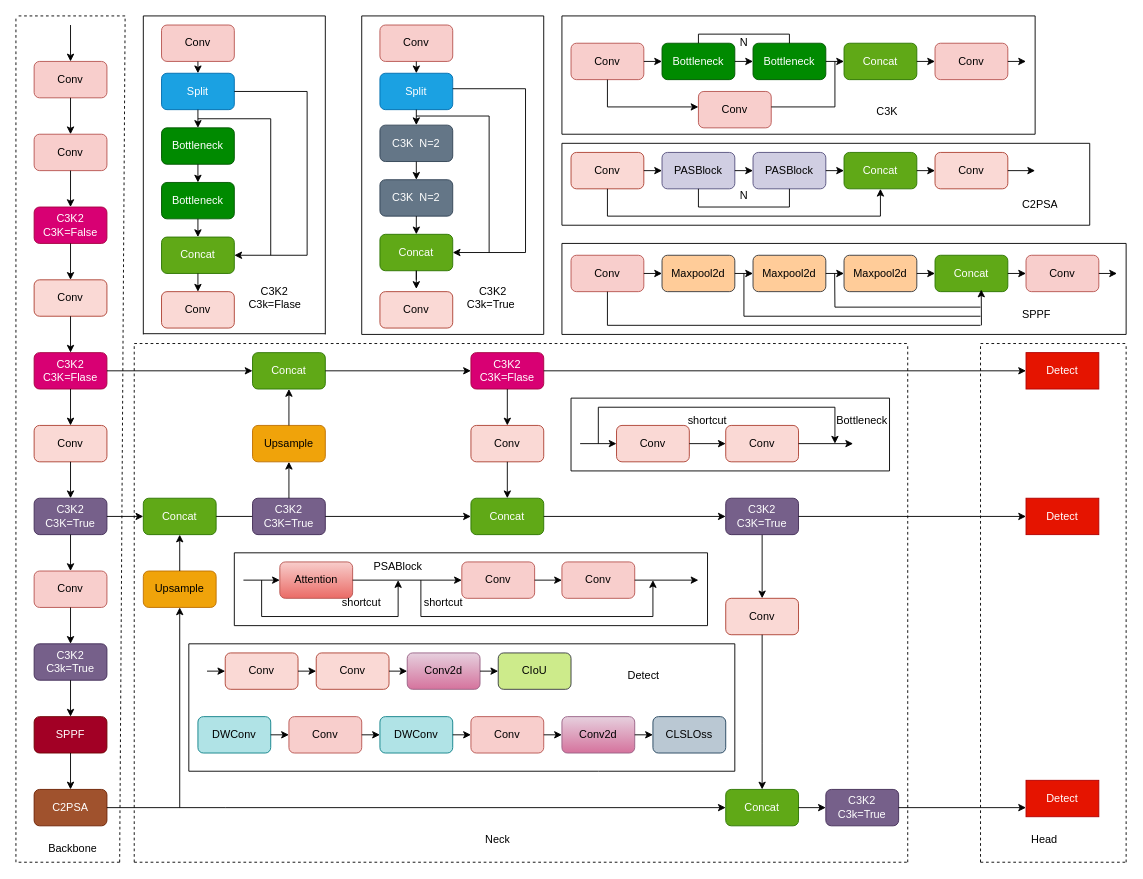
Before: yolo11.drawio in lgq622/long, a draw.io diagram. Source tidied: cells renumbered, new cells numbered last; positions are measured from the earlier drawing's top-left corner, leaving out a move shared by most shapes. Both pictures are drawn from the tidied source at 91%, with x=0, y=0 at pixel (15, 15).
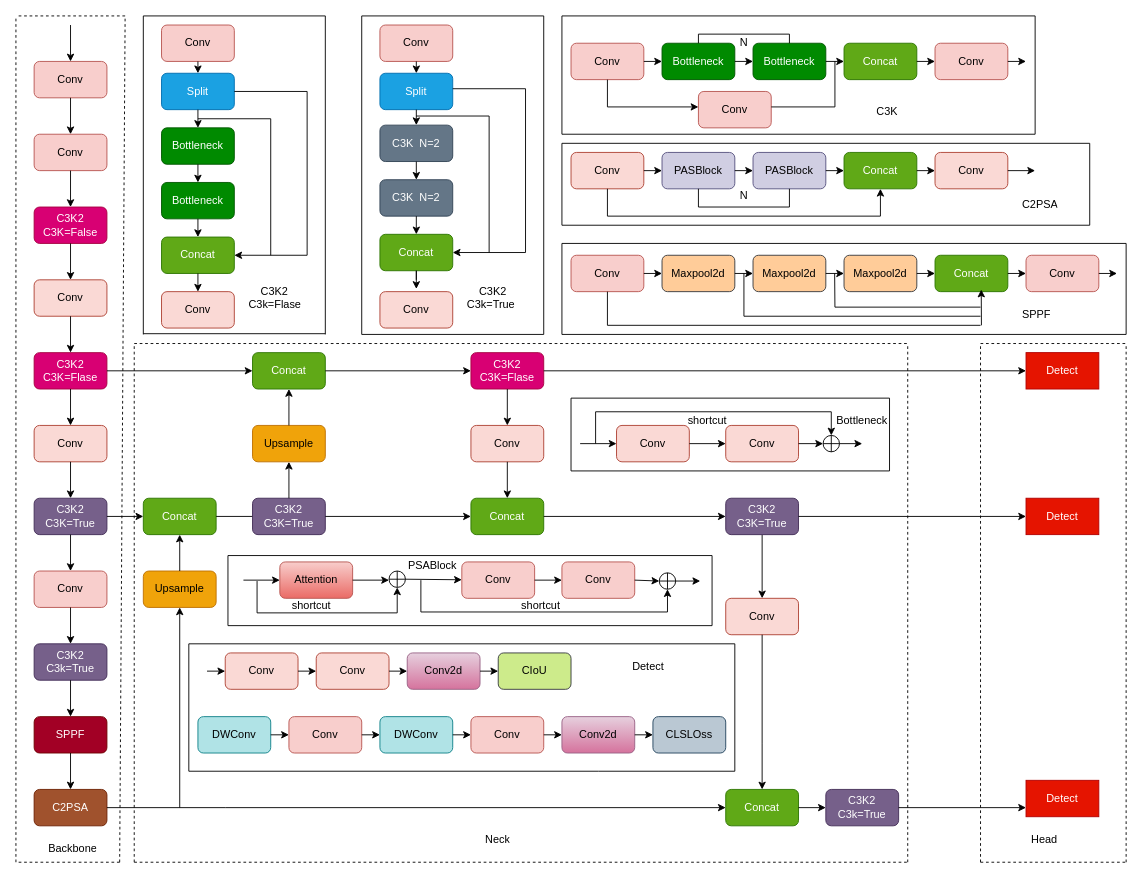
After the change.

The change refers to these unchanged cells:
```xml
<mxCell id="209" value="Attention" style="rounded=1;whiteSpace=wrap;html=1;fillColor=#f8cecc;gradientColor=#ea6b66;strokeColor=#b85450;" parent="1" vertex="1">
  <mxGeometry x="290" y="600" width="80" height="40" as="geometry" />
</mxCell>
<mxCell id="210" value="Conv" style="rounded=1;whiteSpace=wrap;html=1;fillColor=#f8cecc;strokeColor=#b85450;" parent="1" vertex="1">
  <mxGeometry x="490" y="600" width="80" height="40" as="geometry" />
</mxCell>
<mxCell id="211" value="Conv" style="rounded=1;whiteSpace=wrap;html=1;fillColor=#f8cecc;strokeColor=#b85450;" parent="1" vertex="1">
  <mxGeometry x="600" y="600" width="80" height="40" as="geometry" />
</mxCell>
<mxCell id="225" value="Conv" style="rounded=1;whiteSpace=wrap;html=1;fillColor=#fad9d5;strokeColor=#ae4132;" parent="1" vertex="1">
  <mxGeometry x="780" y="450" width="80" height="40" as="geometry" />
</mxCell>
```

What changed in the source:
```diff
@@
     <mxCell id="208" value="Detect" style="text;html=1;align=center;verticalAlign=middle;whiteSpace=wrap;rounded=0;" parent="1" vertex="1">
-      <mxGeometry x="660" y="710" width="60" height="30" as="geometry" />
+      <mxGeometry x="665" y="700" width="60" height="30" as="geometry" />
     </mxCell>
@@
-    <mxCell id="212" style="endArrow=classic;html=1;rounded=0;exitX=1;exitY=0.5;exitDx=0;exitDy=0;entryX=0;entryY=0.5;entryDx=0;entryDy=0;" parent="1" edge="1" source="209" target="210">
-      <mxGeometry relative="1" as="geometry" />
+    <mxCell id="212" style="endArrow=classic;html=1;rounded=0;exitX=1;exitY=0.5;exitDx=0;exitDy=0;" parent="1" edge="1" source="209">
+      <mxGeometry relative="1" as="geometry">
+        <mxPoint x="410" y="620" as="targetPoint" />
+      </mxGeometry>
     </mxCell>
@@
-    <mxCell id="215" style="endArrow=classic;html=1;rounded=0;" parent="1" edge="1">
-      <mxGeometry relative="1" as="geometry">
-        <mxPoint x="420" y="660" as="sourcePoint" />
-        <mxPoint x="420" y="620" as="targetPoint" />
-      </mxGeometry>
-    </mxCell>
-    <mxCell id="216" style="endArrow=none;html=1;rounded=0;" parent="1" edge="1">
-      <mxGeometry relative="1" as="geometry">
-        <mxPoint x="270" y="660" as="sourcePoint" />
-        <mxPoint x="270" y="620" as="targetPoint" />
-      </mxGeometry>
-    </mxCell>
-    <mxCell id="217" style="endArrow=none;html=1;rounded=0;" parent="1" edge="1">
-      <mxGeometry relative="1" as="geometry">
-        <mxPoint x="270" y="660" as="sourcePoint" />
-        <mxPoint x="420" y="660" as="targetPoint" />
-      </mxGeometry>
-    </mxCell>
-    <mxCell id="218" style="endArrow=classic;html=1;rounded=0;" parent="1" edge="1">
+    <mxCell id="218" style="endArrow=classic;html=1;rounded=0;entryX=0;entryY=0.5;entryDx=0;entryDy=0;" parent="1" edge="1" target="246">
       <mxGeometry relative="1" as="geometry">
         <mxPoint x="445" y="620" as="sourcePoint" />
-        <mxPoint x="700" y="620" as="targetPoint" />
         <Array as="points">
-          <mxPoint x="445" y="660" />
-          <mxPoint x="700" y="660" />
+          <mxPoint x="445" y="655" />
+          <mxPoint x="716" y="655" />
         </Array>
       </mxGeometry>
     </mxCell>
-    <mxCell id="219" style="endArrow=classic;html=1;rounded=0;exitX=1;exitY=0.5;exitDx=0;exitDy=0;" parent="1" edge="1" source="211">
-      <mxGeometry relative="1" as="geometry">
-        <mxPoint x="750" y="620" as="targetPoint" />
-      </mxGeometry>
+    <mxCell id="219" style="endArrow=classic;html=1;rounded=0;exitX=1;exitY=0.5;exitDx=0;exitDy=0;entryX=0.5;entryY=0;entryDx=0;entryDy=0;" parent="1" edge="1" source="211" target="246">
+      <mxGeometry relative="1" as="geometry" />
     </mxCell>
     <mxCell id="220" value="shortcut" style="text;html=1;align=center;verticalAlign=middle;whiteSpace=wrap;rounded=0;" parent="1" vertex="1">
-      <mxGeometry x="350" y="630" width="60" height="30" as="geometry" />
+      <mxGeometry x="295" y="633" width="60" height="30" as="geometry" />
     </mxCell>
     <mxCell id="221" value="shortcut" style="text;html=1;align=center;verticalAlign=middle;whiteSpace=wrap;rounded=0;" parent="1" vertex="1">
-      <mxGeometry x="440" y="630" width="60" height="30" as="geometry" />
+      <mxGeometry x="547" y="633" width="60" height="30" as="geometry" />
     </mxCell>
     <mxCell id="222" style="endArrow=none;html=1;rounded=0;" parent="1" edge="1">
       <mxGeometry relative="1" as="geometry">
-        <mxPoint x="240" y="590" as="sourcePoint" />
-        <mxPoint x="240" y="590" as="targetPoint" />
+        <mxPoint x="233" y="593" as="sourcePoint" />
+        <mxPoint x="233" y="593" as="targetPoint" />
         <Array as="points">
-          <mxPoint x="760" y="590" />
-          <mxPoint x="760" y="670" />
-          <mxPoint x="240" y="670" />
+          <mxPoint x="765" y="593" />
+          <mxPoint x="765" y="670" />
+          <mxPoint x="233" y="670" />
         </Array>
       </mxGeometry>
     </mxCell>
     <mxCell id="223" value="PSABlock" style="text;html=1;align=center;verticalAlign=middle;whiteSpace=wrap;rounded=0;" parent="1" vertex="1">
-      <mxGeometry x="390" y="590" width="60" height="30" as="geometry" />
+      <mxGeometry x="428" y="589" width="60" height="30" as="geometry" />
     </mxCell>
@@
     <mxCell id="228" style="endArrow=classic;html=1;rounded=0;exitX=1;exitY=0.5;exitDx=0;exitDy=0;" parent="1" edge="1" source="225">
       <mxGeometry relative="1" as="geometry">
-        <mxPoint x="920" y="470" as="targetPoint" />
+        <mxPoint x="887" y="470" as="targetPoint" />
       </mxGeometry>
     </mxCell>
-    <mxCell id="229" style="endArrow=classic;html=1;rounded=0;" parent="1" edge="1">
-      <mxGeometry relative="1" as="geometry">
-        <mxPoint x="640" y="470" as="sourcePoint" />
-        <mxPoint x="900" y="470" as="targetPoint" />
-        <Array as="points">
-          <mxPoint x="640" y="430" />
-          <mxPoint x="900" y="430" />
-        </Array>
-      </mxGeometry>
-    </mxCell>
@@
+    <mxCell id="234" style="endArrow=none;html=1;rounded=0;entryX=0;entryY=0.5;entryDx=0;entryDy=0;exitX=1;exitY=0.5;exitDx=0;exitDy=0;" parent="1" edge="1" source="236" target="236">
+      <mxGeometry relative="1" as="geometry" />
+    </mxCell>
+    <mxCell id="235" style="endArrow=none;html=1;rounded=0;entryX=0.5;entryY=0;entryDx=0;entryDy=0;exitX=0.5;exitY=1;exitDx=0;exitDy=0;" parent="1" edge="1" source="236" target="236">
+      <mxGeometry relative="1" as="geometry" />
+    </mxCell>
+    <mxCell id="236" style="ellipse;whiteSpace=wrap;html=1;rotation=90;direction=west;" parent="1" vertex="1">
+      <mxGeometry x="887" y="461" width="18" height="18" as="geometry" />
+    </mxCell>
+    <mxCell id="237" style="endArrow=none;html=1;rounded=0;entryX=0.5;entryY=1;entryDx=0;entryDy=0;exitX=0.5;exitY=0;exitDx=0;exitDy=0;" parent="1" edge="1" source="236" target="236">
+      <mxGeometry relative="1" as="geometry" />
+    </mxCell>
+    <mxCell id="238" style="endArrow=none;html=1;rounded=0;entryX=1;entryY=0.5;entryDx=0;entryDy=0;exitX=0;exitY=0.5;exitDx=0;exitDy=0;" parent="1" edge="1" source="236" target="236">
+      <mxGeometry relative="1" as="geometry" />
+    </mxCell>
+    <mxCell id="239" style="endArrow=classic;html=1;rounded=0;entryX=1;entryY=0.5;entryDx=0;entryDy=0;" parent="1" edge="1" target="236">
+      <mxGeometry relative="1" as="geometry">
+        <mxPoint x="637" y="470" as="sourcePoint" />
+        <Array as="points">
+          <mxPoint x="637" y="435" />
+          <mxPoint x="896" y="435" />
+        </Array>
+      </mxGeometry>
+    </mxCell>
+    <mxCell id="240" style="endArrow=classic;html=1;rounded=0;exitX=0.5;exitY=1;exitDx=0;exitDy=0;" parent="1" edge="1" source="236">
+      <mxGeometry relative="1" as="geometry">
+        <mxPoint x="930" y="470" as="targetPoint" />
+      </mxGeometry>
+    </mxCell>
+    <mxCell id="241" style="ellipse;whiteSpace=wrap;html=1;rotation=90;direction=west;" parent="1" vertex="1">
+      <mxGeometry x="410" y="610" width="18" height="18" as="geometry" />
+    </mxCell>
+    <mxCell id="242" style="endArrow=none;html=1;rounded=0;entryX=0.5;entryY=0;entryDx=0;entryDy=0;exitX=0.5;exitY=1;exitDx=0;exitDy=0;" parent="1" edge="1" source="241" target="241">
+      <mxGeometry relative="1" as="geometry" />
+    </mxCell>
+    <mxCell id="243" style="endArrow=none;html=1;rounded=0;entryX=1;entryY=0.5;entryDx=0;entryDy=0;exitX=0;exitY=0.5;exitDx=0;exitDy=0;" parent="1" edge="1" source="241" target="241">
+      <mxGeometry relative="1" as="geometry" />
+    </mxCell>
+    <mxCell id="244" style="endArrow=classic;html=1;rounded=0;entryX=0;entryY=0.5;entryDx=0;entryDy=0;" parent="1" edge="1" target="241">
+      <mxGeometry relative="1" as="geometry">
+        <mxPoint x="265" y="621" as="sourcePoint" />
+        <Array as="points">
+          <mxPoint x="265" y="656" />
+          <mxPoint x="419" y="656" />
+        </Array>
+      </mxGeometry>
+    </mxCell>
+    <mxCell id="245" style="endArrow=classic;html=1;rounded=0;exitX=0.5;exitY=1;exitDx=0;exitDy=0;" parent="1" edge="1" source="241" target="210">
+      <mxGeometry relative="1" as="geometry" />
+    </mxCell>
+    <mxCell id="246" style="ellipse;whiteSpace=wrap;html=1;rotation=90;direction=west;" parent="1" vertex="1">
+      <mxGeometry x="707" y="612" width="18" height="18" as="geometry" />
+    </mxCell>
+    <mxCell id="247" style="endArrow=none;html=1;rounded=0;exitX=0.5;exitY=0;exitDx=0;exitDy=0;entryX=0.5;entryY=1;entryDx=0;entryDy=0;" parent="1" edge="1" source="246" target="246">
+      <mxGeometry relative="1" as="geometry" />
+    </mxCell>
+    <mxCell id="248" style="endArrow=none;html=1;rounded=0;exitX=0;exitY=0.5;exitDx=0;exitDy=0;entryX=1;entryY=0.5;entryDx=0;entryDy=0;" parent="1" edge="1" source="246" target="246">
+      <mxGeometry relative="1" as="geometry" />
+    </mxCell>
+    <mxCell id="249" style="endArrow=classic;html=1;rounded=0;exitX=0.5;exitY=1;exitDx=0;exitDy=0;" parent="1" edge="1" source="246">
+      <mxGeometry relative="1" as="geometry">
+        <mxPoint x="752" y="621" as="targetPoint" />
+      </mxGeometry>
+    </mxCell>
```
